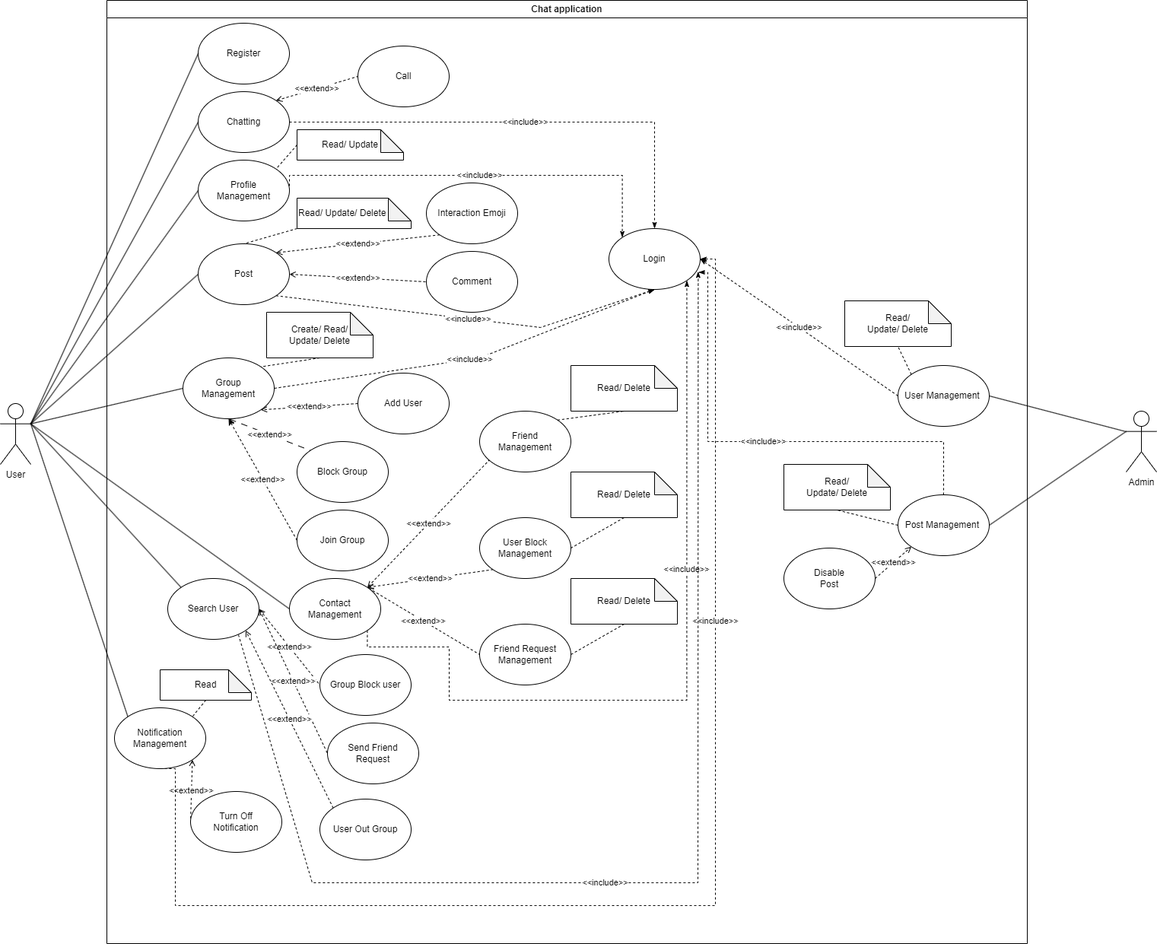
Before: docs/Use Case Diagram/UC-Chatapp.drawio.png, a diagram exported from draw.io (Carl-Johnsons/Chat-Application). Source tidied: cells renumbered, new cells last; positions are measured from the earlier drawing's top-left corner, leaving out a move shared by most shapes.
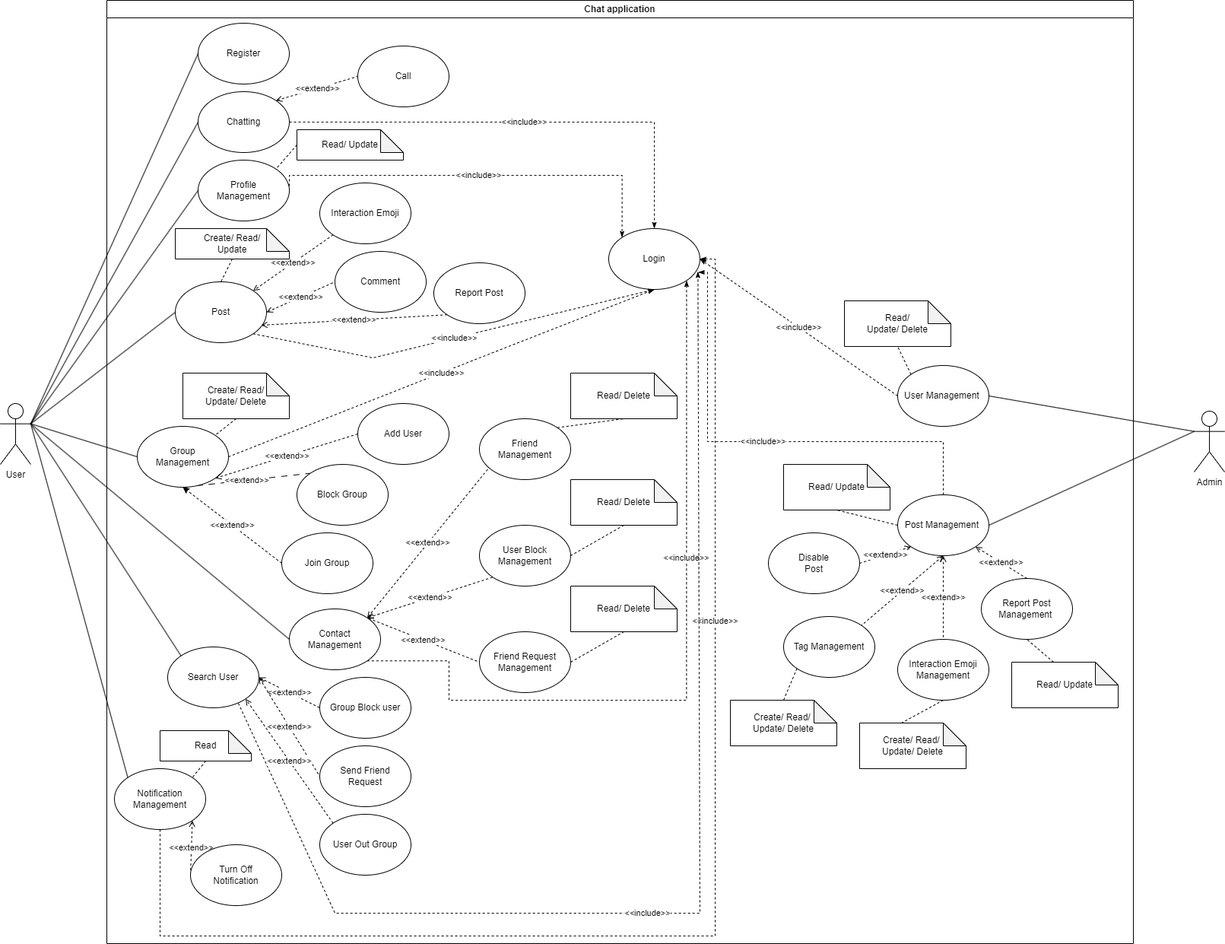
After the commit.

What changed in the source:
```diff
@@ -5,3 +5,3 @@
     <mxCell id="2" value="Chat application" style="swimlane;whiteSpace=wrap;html=1;" parent="1" vertex="1">
-      <mxGeometry x="140" width="1210" height="1240" as="geometry" />
+      <mxGeometry x="140" width="1350" height="1240" as="geometry" />
     </mxCell>
@@ -24,3 +24,3 @@
     <mxCell id="7" value="Send Friend&lt;div&gt;Request&lt;/div&gt;" style="ellipse;whiteSpace=wrap;html=1;" parent="2" vertex="1">
-      <mxGeometry x="290" y="950" width="120" height="80" as="geometry" />
+      <mxGeometry x="280" y="980" width="120" height="80" as="geometry" />
     </mxCell>
@@ -35,3 +35,3 @@
         <Array as="points">
-          <mxPoint x="570" y="430" />
+          <mxPoint x="350" y="470" />
         </Array>
@@ -40,9 +40,9 @@
     <mxCell id="11" value="Post" style="ellipse;whiteSpace=wrap;html=1;" parent="2" vertex="1">
-      <mxGeometry x="120" y="320" width="120" height="80" as="geometry" />
+      <mxGeometry x="90" y="370" width="120" height="80" as="geometry" />
     </mxCell>
     <mxCell id="12" value="Comment" style="ellipse;whiteSpace=wrap;html=1;" parent="2" vertex="1">
-      <mxGeometry x="420" y="330" width="120" height="80" as="geometry" />
+      <mxGeometry x="300" y="330" width="120" height="80" as="geometry" />
     </mxCell>
     <mxCell id="13" value="Group Block user" style="ellipse;whiteSpace=wrap;html=1;" parent="2" vertex="1">
-      <mxGeometry x="280" y="860" width="120" height="80" as="geometry" />
+      <mxGeometry x="280" y="890" width="120" height="80" as="geometry" />
     </mxCell>
@@ -63,4 +63,3 @@
         <Array as="points">
-          <mxPoint x="342" y="850" />
-          <mxPoint x="450" y="850" />
+          <mxPoint x="450" y="868" />
           <mxPoint x="450" y="920" />
@@ -71,3 +70,3 @@
     <mxCell id="19" value="Contact&lt;div&gt;Management&lt;/div&gt;" style="ellipse;whiteSpace=wrap;html=1;" parent="2" vertex="1">
-      <mxGeometry x="240" y="760" width="120" height="80" as="geometry" />
+      <mxGeometry x="240" y="800" width="120" height="80" as="geometry" />
     </mxCell>
@@ -77,3 +76,3 @@
     <mxCell id="21" value="Interaction Emoji" style="ellipse;whiteSpace=wrap;html=1;" parent="2" vertex="1">
-      <mxGeometry x="420" y="240" width="120" height="80" as="geometry" />
+      <mxGeometry x="280" y="240" width="120" height="80" as="geometry" />
     </mxCell>
@@ -91,3 +90,3 @@
     <mxCell id="24" value="Search User" style="ellipse;whiteSpace=wrap;html=1;" parent="2" vertex="1">
-      <mxGeometry x="80" y="760" width="120" height="80" as="geometry" />
+      <mxGeometry x="80" y="850" width="120" height="80" as="geometry" />
     </mxCell>
@@ -104,15 +103,15 @@
     <mxCell id="27" value="Group&lt;div&gt;Management&lt;/div&gt;" style="ellipse;whiteSpace=wrap;html=1;" parent="2" vertex="1">
-      <mxGeometry x="100" y="470" width="120" height="80" as="geometry" />
+      <mxGeometry x="40" y="560" width="120" height="80" as="geometry" />
     </mxCell>
     <mxCell id="28" value="Block Group" style="ellipse;whiteSpace=wrap;html=1;" parent="2" vertex="1">
-      <mxGeometry x="250" y="580" width="120" height="80" as="geometry" />
+      <mxGeometry x="250" y="610" width="120" height="80" as="geometry" />
     </mxCell>
     <mxCell id="29" value="Friend&lt;div&gt;Management&lt;/div&gt;" style="ellipse;whiteSpace=wrap;html=1;" parent="2" vertex="1">
-      <mxGeometry x="490" y="540" width="120" height="80" as="geometry" />
+      <mxGeometry x="490" y="550" width="120" height="80" as="geometry" />
     </mxCell>
     <mxCell id="30" value="Friend Request&lt;div&gt;Management&lt;/div&gt;" style="ellipse;whiteSpace=wrap;html=1;" parent="2" vertex="1">
-      <mxGeometry x="490" y="820" width="120" height="80" as="geometry" />
+      <mxGeometry x="490" y="830" width="120" height="80" as="geometry" />
     </mxCell>
     <mxCell id="31" value="User Block&lt;div&gt;Management&lt;/div&gt;" style="ellipse;whiteSpace=wrap;html=1;" parent="2" vertex="1">
-      <mxGeometry x="490" y="680" width="120" height="80" as="geometry" />
+      <mxGeometry x="490" y="690" width="120" height="80" as="geometry" />
     </mxCell>
@@ -122,3 +121,3 @@
     <mxCell id="33" value="Add User" style="ellipse;whiteSpace=wrap;html=1;" parent="2" vertex="1">
-      <mxGeometry x="330" y="490" width="120" height="80" as="geometry" />
+      <mxGeometry x="330" y="530" width="120" height="80" as="geometry" />
     </mxCell>
@@ -128,3 +127,3 @@
     <mxCell id="35" value="Create/ Read/&lt;div&gt;Update/ Delete&lt;/div&gt;" style="shape=note;whiteSpace=wrap;html=1;backgroundOutline=1;darkOpacity=0.05;" parent="2" vertex="1">
-      <mxGeometry x="210" y="410" width="140" height="60" as="geometry" />
+      <mxGeometry x="100" y="490" width="140" height="60" as="geometry" />
     </mxCell>
@@ -137,3 +136,3 @@
     <mxCell id="38" value="Join Group" style="ellipse;whiteSpace=wrap;html=1;" parent="2" vertex="1">
-      <mxGeometry x="250" y="670" width="120" height="80" as="geometry" />
+      <mxGeometry x="230" y="700" width="120" height="80" as="geometry" />
     </mxCell>
@@ -145,5 +144,4 @@
         <Array as="points">
-          <mxPoint x="90" y="1010" />
-          <mxPoint x="90" y="1190" />
-          <mxPoint x="800" y="1190" />
+          <mxPoint x="70" y="1230" />
+          <mxPoint x="800" y="1230" />
           <mxPoint x="800" y="340" />
@@ -153,9 +151,9 @@
     <mxCell id="41" value="&lt;div&gt;Notification Management&lt;/div&gt;" style="ellipse;whiteSpace=wrap;html=1;" parent="2" vertex="1">
-      <mxGeometry x="10" y="930" width="120" height="80" as="geometry" />
+      <mxGeometry x="10" y="1010" width="120" height="80" as="geometry" />
     </mxCell>
-    <mxCell id="42" style="rounded=0;jettySize=auto;html=1;exitX=0;exitY=1;exitDx=0;exitDy=0;exitPerimeter=0;entryX=0.5;entryY=0;entryDx=0;entryDy=0;dashed=1;endArrow=none;endFill=0;" parent="2" edge="1" source="43" target="11">
+    <mxCell id="42" style="rounded=0;jettySize=auto;html=1;exitX=0.5;exitY=1;exitDx=0;exitDy=0;exitPerimeter=0;entryX=0.5;entryY=0;entryDx=0;entryDy=0;dashed=1;endArrow=none;endFill=0;" parent="2" edge="1" source="43" target="11">
       <mxGeometry relative="1" as="geometry" />
     </mxCell>
-    <mxCell id="43" value="Read/&amp;nbsp;&lt;span style=&quot;background-color: initial;&quot;&gt;Update/ Delete&lt;/span&gt;" style="shape=note;whiteSpace=wrap;html=1;backgroundOutline=1;darkOpacity=0.05;align=left;" parent="2" vertex="1">
-      <mxGeometry x="250" y="260" width="150" height="40" as="geometry" />
+    <mxCell id="43" value="Create/ Read/&lt;div&gt;&lt;span style=&quot;background-color: initial;&quot;&gt;Update&lt;/span&gt;&lt;/div&gt;" style="shape=note;whiteSpace=wrap;html=1;backgroundOutline=1;darkOpacity=0.05;align=center;" parent="2" vertex="1">
+      <mxGeometry x="90" y="300" width="150" height="40" as="geometry" />
     </mxCell>
@@ -168,3 +166,3 @@
     <mxCell id="46" value="&lt;div&gt;Turn Off&lt;/div&gt;&lt;div&gt;Notification&lt;/div&gt;" style="ellipse;whiteSpace=wrap;html=1;" parent="2" vertex="1">
-      <mxGeometry x="110" y="1040" width="120" height="80" as="geometry" />
+      <mxGeometry x="110" y="1110" width="120" height="80" as="geometry" />
     </mxCell>
@@ -177,6 +175,6 @@
     <mxCell id="49" value="Read" style="shape=note;whiteSpace=wrap;html=1;backgroundOutline=1;darkOpacity=0.05;" parent="2" vertex="1">
-      <mxGeometry x="70" y="880" width="120" height="40" as="geometry" />
+      <mxGeometry x="70" y="960" width="120" height="40" as="geometry" />
     </mxCell>
     <mxCell id="50" value="Read/&amp;nbsp;&lt;span style=&quot;background-color: initial;&quot;&gt;Delete&lt;/span&gt;" style="shape=note;whiteSpace=wrap;html=1;backgroundOutline=1;darkOpacity=0.05;" parent="2" vertex="1">
-      <mxGeometry x="610" y="480" width="140" height="60" as="geometry" />
+      <mxGeometry x="610" y="490" width="140" height="60" as="geometry" />
     </mxCell>
@@ -189,6 +187,6 @@
     <mxCell id="53" value="Read/&amp;nbsp;&lt;span style=&quot;background-color: initial;&quot;&gt;Delete&lt;/span&gt;" style="shape=note;whiteSpace=wrap;html=1;backgroundOutline=1;darkOpacity=0.05;" parent="2" vertex="1">
-      <mxGeometry x="610" y="620" width="140" height="60" as="geometry" />
+      <mxGeometry x="610" y="630" width="140" height="60" as="geometry" />
     </mxCell>
     <mxCell id="54" value="Read/&amp;nbsp;&lt;span style=&quot;background-color: initial;&quot;&gt;Delete&lt;/span&gt;" style="shape=note;whiteSpace=wrap;html=1;backgroundOutline=1;darkOpacity=0.05;" parent="2" vertex="1">
-      <mxGeometry x="610" y="760" width="140" height="60" as="geometry" />
+      <mxGeometry x="610" y="770" width="140" height="60" as="geometry" />
     </mxCell>
@@ -200,4 +198,5 @@
         <Array as="points">
-          <mxPoint x="270" y="1160" />
-          <mxPoint x="777" y="1160" />
+          <mxPoint x="300" y="1200" />
+          <mxPoint x="540" y="1200" />
+          <mxPoint x="780" y="1200" />
         </Array>
@@ -211,2 +210,5 @@
     </mxCell>
+    <mxCell id="81" value="&amp;lt;&amp;lt;extend&amp;gt;&amp;gt;" style="rounded=0;jettySize=auto;html=1;exitX=0.5;exitY=1;exitDx=0;exitDy=0;entryX=1;entryY=0;entryDx=0;entryDy=0;dashed=1;endArrow=none;endFill=0;startArrow=open;startFill=0;" parent="2" edge="1" source="59" target="84">
+      <mxGeometry relative="1" as="geometry" />
+    </mxCell>
     <mxCell id="59" value="Post Management&amp;nbsp;" style="ellipse;whiteSpace=wrap;html=1;" parent="2" vertex="1">
@@ -214,3 +216,3 @@
     </mxCell>
-    <mxCell id="60" value="Read/&lt;div&gt;Update/ Delete&lt;/div&gt;" style="shape=note;whiteSpace=wrap;html=1;backgroundOutline=1;darkOpacity=0.05;" parent="2" vertex="1">
+    <mxCell id="60" value="&lt;div&gt;Read/ Update&lt;/div&gt;" style="shape=note;whiteSpace=wrap;html=1;backgroundOutline=1;darkOpacity=0.05;" parent="2" vertex="1">
       <mxGeometry x="890" y="610" width="140" height="60" as="geometry" />
@@ -224,3 +226,3 @@
     <mxCell id="63" value="Disable&lt;div&gt;Post&lt;/div&gt;" style="ellipse;whiteSpace=wrap;html=1;" parent="2" vertex="1">
-      <mxGeometry x="890" y="720" width="120" height="80" as="geometry" />
+      <mxGeometry x="870" y="700" width="120" height="80" as="geometry" />
     </mxCell>
@@ -245,4 +247,43 @@
     <mxCell id="68" value="User Out Group" style="ellipse;whiteSpace=wrap;html=1;" parent="2" vertex="1">
-      <mxGeometry x="280" y="1050" width="120" height="80" as="geometry" />
+      <mxGeometry x="280" y="1070" width="120" height="80" as="geometry" />
     </mxCell>
+    <mxCell id="82" value="&amp;lt;&amp;lt;extend&amp;gt;&amp;gt;" style="rounded=0;jettySize=auto;html=1;exitX=0;exitY=1;exitDx=0;exitDy=0;entryX=0.942;entryY=0.713;entryDx=0;entryDy=0;dashed=1;endArrow=open;endFill=0;entryPerimeter=0;" parent="2" edge="1" source="83" target="11">
+      <mxGeometry relative="1" as="geometry" />
+    </mxCell>
+    <mxCell id="83" value="Report Post" style="ellipse;whiteSpace=wrap;html=1;" parent="2" vertex="1">
+      <mxGeometry x="430" y="345" width="120" height="80" as="geometry" />
+    </mxCell>
+    <mxCell id="84" value="Tag Management" style="ellipse;whiteSpace=wrap;html=1;" parent="2" vertex="1">
+      <mxGeometry x="890" y="810" width="120" height="80" as="geometry" />
+    </mxCell>
+    <mxCell id="85" value="&lt;div&gt;Create/ Read/&amp;nbsp;&lt;/div&gt;&lt;div&gt;Update/ Delete&lt;/div&gt;" style="shape=note;whiteSpace=wrap;html=1;backgroundOutline=1;darkOpacity=0.05;" parent="2" vertex="1">
+      <mxGeometry x="820" y="920" width="140" height="60" as="geometry" />
+    </mxCell>
+    <mxCell id="86" style="rounded=0;jettySize=auto;html=1;exitX=0;exitY=1;exitDx=0;exitDy=0;entryX=0.5;entryY=0;entryDx=0;entryDy=0;entryPerimeter=0;dashed=1;endArrow=none;endFill=0;" parent="2" edge="1" source="84" target="85">
+      <mxGeometry relative="1" as="geometry" />
+    </mxCell>
+    <mxCell id="87" value="Interaction Emoji&lt;div&gt;Management&lt;/div&gt;" style="ellipse;whiteSpace=wrap;html=1;" parent="2" vertex="1">
+      <mxGeometry x="1040" y="840" width="120" height="80" as="geometry" />
+    </mxCell>
+    <mxCell id="88" value="&lt;div&gt;Create/ Read/&amp;nbsp;&lt;/div&gt;&lt;div&gt;Update/ Delete&lt;/div&gt;" style="shape=note;whiteSpace=wrap;html=1;backgroundOutline=1;darkOpacity=0.05;" parent="2" vertex="1">
+      <mxGeometry x="990" y="950" width="140" height="60" as="geometry" />
+    </mxCell>
+    <mxCell id="89" style="rounded=0;jettySize=auto;html=1;exitX=0.5;exitY=1;exitDx=0;exitDy=0;entryX=0;entryY=0;entryDx=55;entryDy=0;entryPerimeter=0;endArrow=none;endFill=0;dashed=1;" parent="2" edge="1" source="87" target="88">
+      <mxGeometry relative="1" as="geometry" />
+    </mxCell>
+    <mxCell id="90" value="&amp;lt;&amp;lt;extend&amp;gt;&amp;gt;" style="rounded=0;jettySize=auto;html=1;exitX=0.5;exitY=1;exitDx=0;exitDy=0;entryX=0.5;entryY=0;entryDx=0;entryDy=0;dashed=1;endArrow=none;endFill=0;startArrow=open;startFill=0;" parent="2" edge="1" source="59" target="87">
+      <mxGeometry relative="1" as="geometry" />
+    </mxCell>
+    <mxCell id="91" value="&amp;lt;&amp;lt;extend&amp;gt;&amp;gt;" style="rounded=0;jettySize=auto;html=1;exitX=0.5;exitY=0;exitDx=0;exitDy=0;entryX=1;entryY=1;entryDx=0;entryDy=0;dashed=1;endArrow=open;endFill=0;" parent="2" edge="1" source="92" target="59">
+      <mxGeometry relative="1" as="geometry" />
+    </mxCell>
+    <mxCell id="92" value="Report Post Management&amp;nbsp;" style="ellipse;whiteSpace=wrap;html=1;" parent="2" vertex="1">
+      <mxGeometry x="1150" y="760" width="120" height="80" as="geometry" />
+    </mxCell>
+    <mxCell id="93" style="rounded=0;jettySize=auto;html=1;exitX=0;exitY=0;exitDx=55;exitDy=0;exitPerimeter=0;entryX=0.5;entryY=1;entryDx=0;entryDy=0;dashed=1;endArrow=none;endFill=0;" parent="2" edge="1" source="94" target="92">
+      <mxGeometry relative="1" as="geometry" />
+    </mxCell>
+    <mxCell id="94" value="&lt;div&gt;Read/ Update&lt;/div&gt;" style="shape=note;whiteSpace=wrap;html=1;backgroundOutline=1;darkOpacity=0.05;" parent="2" vertex="1">
+      <mxGeometry x="1190" y="870" width="140" height="60" as="geometry" />
+    </mxCell>
     <mxCell id="69" style="rounded=0;jettySize=auto;html=1;exitX=1;exitY=0.3333333333333333;exitDx=0;exitDy=0;exitPerimeter=0;entryX=0;entryY=0.5;entryDx=0;entryDy=0;endArrow=none;endFill=0;" parent="1" edge="1" source="75" target="8">
@@ -274,6 +315,4 @@
     </mxCell>
-    <mxCell id="78" style="rounded=0;jettySize=auto;html=1;entryX=1;entryY=0.5;entryDx=0;entryDy=0;endArrow=none;endFill=0;" parent="1" edge="1" target="58">
-      <mxGeometry relative="1" as="geometry">
-        <mxPoint x="1480" y="567" as="sourcePoint" />
-      </mxGeometry>
+    <mxCell id="78" style="rounded=0;jettySize=auto;html=1;entryX=1;entryY=0.5;entryDx=0;entryDy=0;endArrow=none;endFill=0;exitX=0;exitY=0.3333333333333333;exitDx=0;exitDy=0;exitPerimeter=0;" parent="1" edge="1" source="80" target="58">
+      <mxGeometry relative="1" as="geometry" />
     </mxCell>
@@ -283,3 +322,3 @@
     <mxCell id="80" value="Admin" style="shape=umlActor;verticalLabelPosition=bottom;verticalAlign=top;html=1;outlineConnect=0;" parent="1" vertex="1">
-      <mxGeometry x="1480" y="540" width="40" height="80" as="geometry" />
+      <mxGeometry x="1570" y="540" width="40" height="80" as="geometry" />
     </mxCell>
```
